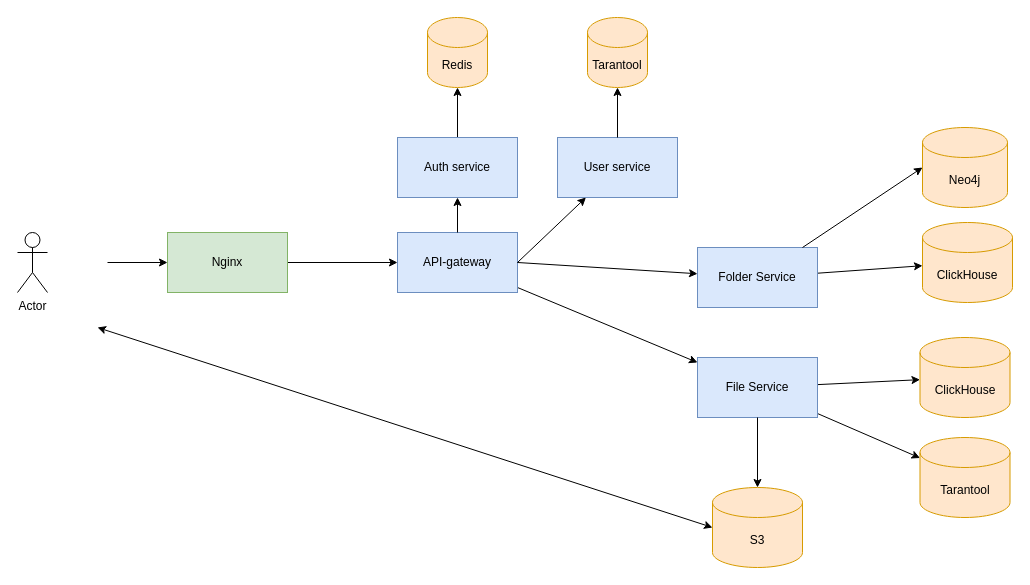
YarikMix/cloud_highload keeps this draw.io diagram as assets/Схема проекта.drawio. Above is the earlier version. Source tidied: cells renumbered, new cells numbered last; positions are measured from the earlier drawing's top-left corner, leaving out a move shared by most shapes. Both pictures are drawn from the tidied source at 100%, with x=0, y=0 at pixel (17, 17).
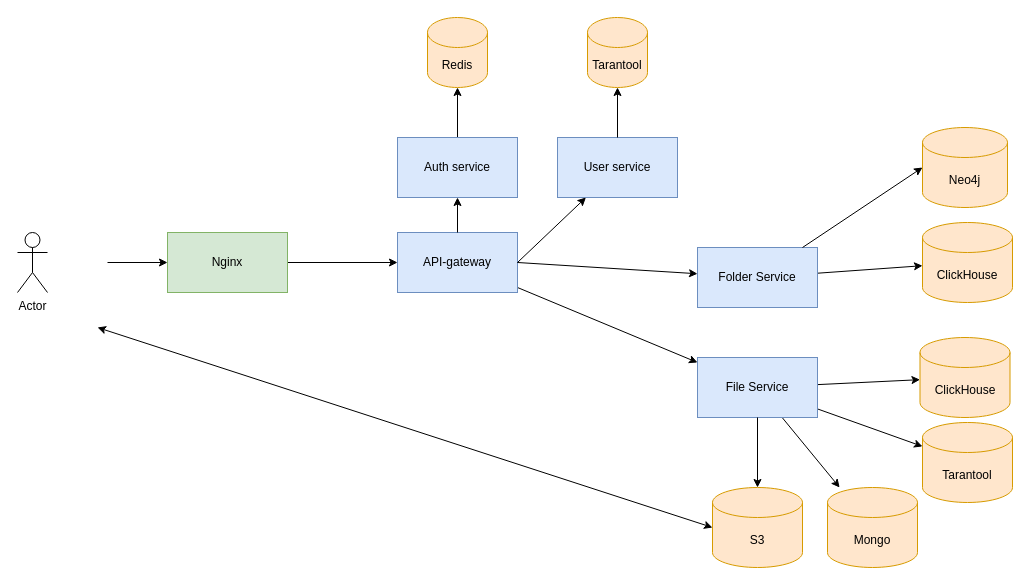
The same diagram, later.

Commit message (it also covers changes not shown here):
Схема проекта

The change refers to these unchanged cells:
```xml
<mxCell id="18" value="File Service" style="rounded=0;whiteSpace=wrap;html=1;fillColor=#dae8fc;strokeColor=#6c8ebf;" parent="1" vertex="1">
  <mxGeometry x="680" y="340" width="120" height="60" as="geometry" />
</mxCell>
```

Diff of the diagram source:
```diff
@@
+    <mxCell id="30" style="rounded=0;jettySize=auto;html=1;" parent="1" edge="1" source="18" target="31">
+      <mxGeometry relative="1" as="geometry" />
+    </mxCell>
@@
-    <mxCell id="23" value="Tarantool" style="shape=cylinder3;whiteSpace=wrap;html=1;boundedLbl=1;backgroundOutline=1;size=15;fillColor=#ffe6cc;strokeColor=#d79b00;" parent="1" vertex="1">
-      <mxGeometry x="902.5" y="420" width="90" height="80" as="geometry" />
+    <mxCell id="23" value="Mongo" style="shape=cylinder3;whiteSpace=wrap;html=1;boundedLbl=1;backgroundOutline=1;size=15;fillColor=#ffe6cc;strokeColor=#d79b00;" parent="1" vertex="1">
+      <mxGeometry x="810" y="470" width="90" height="80" as="geometry" />
     </mxCell>
@@
+    <mxCell id="31" value="Tarantool" style="shape=cylinder3;whiteSpace=wrap;html=1;boundedLbl=1;backgroundOutline=1;size=15;fillColor=#ffe6cc;strokeColor=#d79b00;" parent="1" vertex="1">
+      <mxGeometry x="905" y="405" width="90" height="80" as="geometry" />
+    </mxCell>
```
